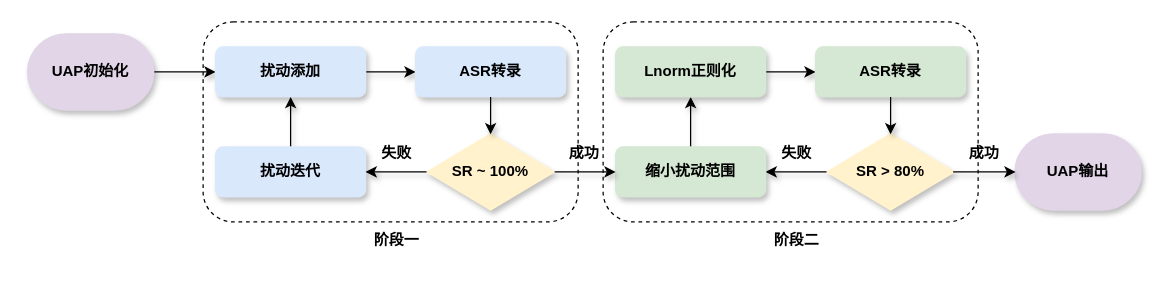
Before: 信安作品赛-双阶段动态生成流程.drawio in Momoyeyu/Draw.io-Repo, a draw.io diagram. Source tidied: cells renumbered, new cells numbered last; positions are measured from the earlier drawing's top-left corner, leaving out a move shared by most shapes. Both pictures are drawn from the tidied source at 125%, with x=0, y=0 at pixel (28, 21).
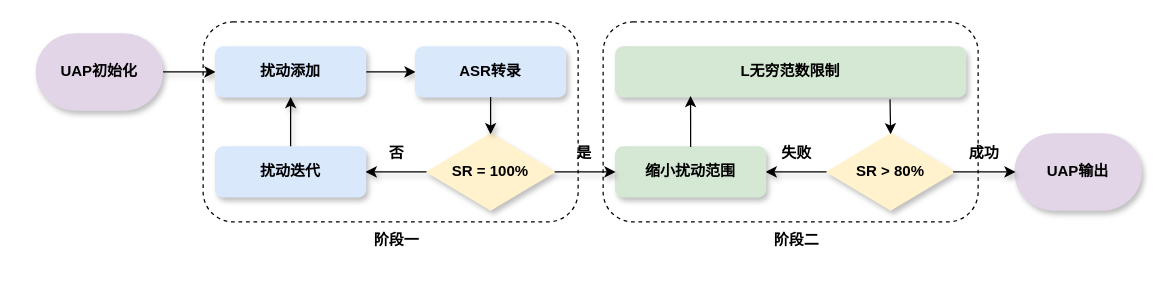
Above is the later version.

Commit message (it also covers changes not shown here):
更新信安作品赛-双阶段动态生成流程.drawio

The change refers to these unchanged cells:
```xml
<mxCell id="4" value="SR &amp;gt; 80%" style="strokeWidth=2;html=1;shape=mxgraph.flowchart.decision;whiteSpace=wrap;fontStyle=1;fillColor=#FFF2CC;strokeColor=#FFF2CC;shadow=1;" parent="1" vertex="1">
  <mxGeometry x="640" y="90" width="100" height="60" as="geometry" />
</mxCell>
<mxCell id="6" value="缩小扰动范围" style="rounded=1;whiteSpace=wrap;html=1;fontStyle=1;fillColor=#D5E8D4;strokeColor=#D5E8D4;shadow=1;" parent="1" vertex="1">
  <mxGeometry x="470" y="100" width="120" height="40" as="geometry" />
</mxCell>
```

The edit, as a diff of the source:
```diff
@@
+    <mxCell id="30" style="rounded=1;whiteSpace=wrap;html=1;fillColor=none;dashed=1;" parent="1" vertex="1">
+      <mxGeometry x="460" width="300" height="160" as="geometry" />
+    </mxCell>
+    <mxCell id="31" value="L无穷范数限制" style="rounded=1;whiteSpace=wrap;html=1;fontStyle=1;fillColor=#D5E8D4;strokeColor=#D5E8D4;shadow=1;" parent="1" vertex="1">
+      <mxGeometry x="470" y="20" width="280" height="40" as="geometry" />
+    </mxCell>
@@
-    <mxCell id="5" style="edgeStyle=orthogonalEdgeStyle;rounded=0;jettySize=auto;html=1;exitX=0.5;exitY=0;exitDx=0;exitDy=0;entryX=0.5;entryY=1;entryDx=0;entryDy=0;fontStyle=1;shadow=1;" parent="1" edge="1" source="6" target="10">
-      <mxGeometry relative="1" as="geometry" />
-    </mxCell>
@@
-    <mxCell id="9" style="edgeStyle=orthogonalEdgeStyle;rounded=0;jettySize=auto;html=1;exitX=1;exitY=0.5;exitDx=0;exitDy=0;entryX=0;entryY=0.5;entryDx=0;entryDy=0;fontStyle=1;shadow=1;" parent="1" edge="1" source="10" target="11">
-      <mxGeometry relative="1" as="geometry" />
-    </mxCell>
-    <mxCell id="10" value="Lnorm正则化" style="rounded=1;whiteSpace=wrap;html=1;fontStyle=1;fillColor=#D5E8D4;strokeColor=#D5E8D4;shadow=1;" parent="1" vertex="1">
-      <mxGeometry x="470" y="20" width="120" height="40" as="geometry" />
-    </mxCell>
-    <mxCell id="11" value="ASR转录" style="rounded=1;whiteSpace=wrap;html=1;fontStyle=1;fillColor=#D5E8D4;strokeColor=#D5E8D4;shadow=1;" parent="1" vertex="1">
-      <mxGeometry x="630" y="20" width="120" height="40" as="geometry" />
-    </mxCell>
@@
     <mxCell id="13" value="UAP初始化" style="strokeWidth=2;html=1;shape=mxgraph.flowchart.terminator;whiteSpace=wrap;fontStyle=1;fillColor=#E1D5E7;strokeColor=#E1D5E7;shadow=1;" parent="1" vertex="1">
-      <mxGeometry y="10" width="100" height="60" as="geometry" />
+      <mxGeometry x="7" y="10" width="100" height="60" as="geometry" />
     </mxCell>
@@
-    <mxCell id="21" value="SR ~ 100%" style="strokeWidth=2;html=1;shape=mxgraph.flowchart.decision;whiteSpace=wrap;fontStyle=1;fillColor=#FFF2CC;strokeColor=#FFF2CC;shadow=1;" parent="1" vertex="1">
+    <mxCell id="21" value="SR = 100%" style="strokeWidth=2;html=1;shape=mxgraph.flowchart.decision;whiteSpace=wrap;fontStyle=1;fillColor=#FFF2CC;strokeColor=#FFF2CC;shadow=1;" parent="1" vertex="1">
       <mxGeometry x="320" y="90" width="100" height="60" as="geometry" />
     </mxCell>
@@
-    <mxCell id="23" style="edgeStyle=orthogonalEdgeStyle;rounded=0;jettySize=auto;html=1;exitX=0.5;exitY=1;exitDx=0;exitDy=0;entryX=0.5;entryY=0;entryDx=0;entryDy=0;entryPerimeter=0;fontStyle=1;shadow=1;" parent="1" edge="1" source="11" target="4">
-      <mxGeometry relative="1" as="geometry" />
-    </mxCell>
@@
-    <mxCell id="25" value="成功" style="text;html=1;align=center;verticalAlign=middle;whiteSpace=wrap;rounded=0;fontStyle=1;shadow=1;" parent="1" vertex="1">
+    <mxCell id="25" value="是" style="text;html=1;align=center;verticalAlign=middle;whiteSpace=wrap;rounded=0;fontStyle=1;shadow=1;" parent="1" vertex="1">
       <mxGeometry x="420" y="90" width="50" height="30" as="geometry" />
     </mxCell>
@@
-    <mxCell id="29" value="失败" style="text;html=1;align=center;verticalAlign=middle;whiteSpace=wrap;rounded=0;fontStyle=1;shadow=1;" parent="1" vertex="1">
+    <mxCell id="29" value="否" style="text;html=1;align=center;verticalAlign=middle;whiteSpace=wrap;rounded=0;fontStyle=1;shadow=1;" parent="1" vertex="1">
       <mxGeometry x="270" y="90" width="50" height="30" as="geometry" />
     </mxCell>
-    <mxCell id="30" style="rounded=1;whiteSpace=wrap;html=1;fillColor=none;dashed=1;" parent="1" vertex="1">
-      <mxGeometry x="460" width="300" height="160" as="geometry" />
-    </mxCell>
+    <mxCell id="32" style="edgeStyle=orthogonalEdgeStyle;rounded=0;jettySize=auto;html=1;exitX=0.5;exitY=0;exitDx=0;exitDy=0;exitPerimeter=0;entryX=0.784;entryY=1.05;entryDx=0;entryDy=0;entryPerimeter=0;endArrow=none;endFill=0;startArrow=classic;startFill=1;" parent="1" edge="1" source="4" target="31">
+      <mxGeometry relative="1" as="geometry" />
+    </mxCell>
+    <mxCell id="33" style="edgeStyle=orthogonalEdgeStyle;rounded=0;jettySize=auto;html=1;exitX=0.5;exitY=0;exitDx=0;exitDy=0;entryX=0.214;entryY=0.981;entryDx=0;entryDy=0;entryPerimeter=0;" parent="1" edge="1" source="6" target="31">
+      <mxGeometry relative="1" as="geometry" />
+    </mxCell>
```
